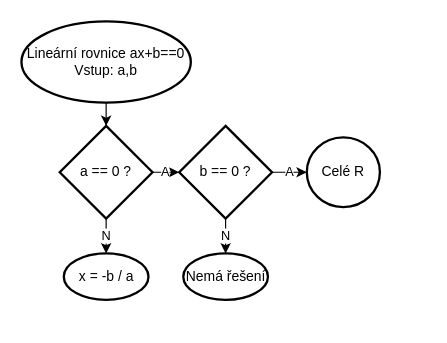
The draw.io diagram 2022_EPB/Algoritmy/VD/LinearniRovnice.drawio in JaroslavHolecek/SPS_for_students, before the edit. Source tidied: cells renumbered, new cells numbered last; positions are measured from the earlier drawing's top-left corner, leaving out a move shared by most shapes. Both pictures are drawn from the tidied source at 116%, with x=0, y=0 at pixel (21, 21).
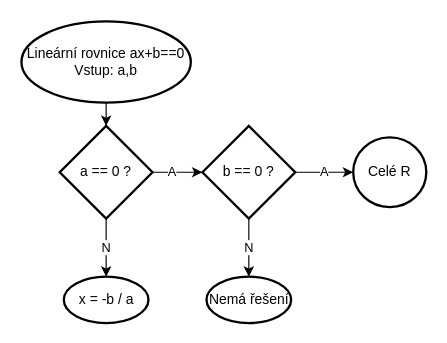
The same diagram, later.

Commit message (it also covers changes not shown here):
python - linearni, kvadraticka

The edit, as a diff of the source:
```diff
@@
 <mxGraphModel>
   <root>
     <mxCell id="0" />
     <mxCell id="1" parent="0" />
     <mxCell id="2" style="edgeStyle=orthogonalEdgeStyle;rounded=0;jettySize=auto;html=1;" parent="1" edge="1" source="3" target="7">
       <mxGeometry relative="1" as="geometry" />
     </mxCell>
     <mxCell id="3" value="Lineární rovnice ax+b==0&lt;br&gt;Vstup: a,b" style="strokeWidth=2;html=1;shape=mxgraph.flowchart.start_1;whiteSpace=wrap;" parent="1" vertex="1">
       <mxGeometry width="146" height="70" as="geometry" />
     </mxCell>
     <mxCell id="4" value="x = -b / a" style="ellipse;whiteSpace=wrap;html=1;strokeWidth=2;" parent="1" vertex="1">
-      <mxGeometry x="36.5" y="200" width="73" height="40" as="geometry" />
+      <mxGeometry x="36.5" y="220" width="73" height="40" as="geometry" />
     </mxCell>
     <mxCell id="5" value="N" style="edgeStyle=orthogonalEdgeStyle;rounded=0;jettySize=auto;html=1;entryX=0.5;entryY=0;entryDx=0;entryDy=0;" parent="1" edge="1" source="7" target="4">
       <mxGeometry relative="1" as="geometry" />
     </mxCell>
-    <mxCell id="6" value="A" style="edgeStyle=orthogonalEdgeStyle;rounded=0;jettySize=auto;html=1;" parent="1" edge="1" source="7" target="10">
-      <mxGeometry relative="1" as="geometry" />
+    <mxCell id="6" value="A" style="edgeStyle=orthogonalEdgeStyle;rounded=0;jettySize=auto;html=1;horizontal=1;labelPosition=left;verticalLabelPosition=middle;align=right;verticalAlign=middle;" parent="1" edge="1" source="7" target="10">
+      <mxGeometry relative="1" as="geometry">
+        <Array as="points">
+          <mxPoint x="116" y="130" />
+          <mxPoint x="116" y="130" />
+        </Array>
+      </mxGeometry>
     </mxCell>
     <mxCell id="7" value="a == 0 ?" style="rhombus;whiteSpace=wrap;html=1;strokeWidth=2;" parent="1" vertex="1">
       <mxGeometry x="33" y="90" width="80" height="80" as="geometry" />
     </mxCell>
-    <mxCell id="8" value="A" style="edgeStyle=orthogonalEdgeStyle;rounded=0;jettySize=auto;html=1;" parent="1" edge="1" source="10" target="11">
+    <mxCell id="8" value="A" style="edgeStyle=orthogonalEdgeStyle;rounded=0;jettySize=auto;html=1;labelPosition=left;verticalLabelPosition=middle;align=center;verticalAlign=middle;" parent="1" edge="1" source="10" target="11">
       <mxGeometry relative="1" as="geometry" />
     </mxCell>
     <mxCell id="9" value="N" style="edgeStyle=orthogonalEdgeStyle;rounded=0;jettySize=auto;html=1;" parent="1" edge="1" source="10" target="12">
       <mxGeometry relative="1" as="geometry" />
     </mxCell>
     <mxCell id="10" value="b == 0 ?" style="rhombus;whiteSpace=wrap;html=1;strokeWidth=2;" parent="1" vertex="1">
-      <mxGeometry x="136" y="90" width="80" height="80" as="geometry" />
+      <mxGeometry x="156" y="90" width="80" height="80" as="geometry" />
     </mxCell>
     <mxCell id="11" value="Celé R" style="ellipse;whiteSpace=wrap;html=1;strokeWidth=2;" parent="1" vertex="1">
-      <mxGeometry x="246" y="100" width="63" height="60" as="geometry" />
+      <mxGeometry x="286" y="100" width="63" height="60" as="geometry" />
     </mxCell>
     <mxCell id="12" value="Nemá řešení" style="ellipse;whiteSpace=wrap;html=1;strokeWidth=2;" parent="1" vertex="1">
-      <mxGeometry x="139.5" y="200" width="73" height="40" as="geometry" />
+      <mxGeometry x="159.5" y="220" width="73" height="40" as="geometry" />
     </mxCell>
   </root>
 </mxGraphModel>
```
